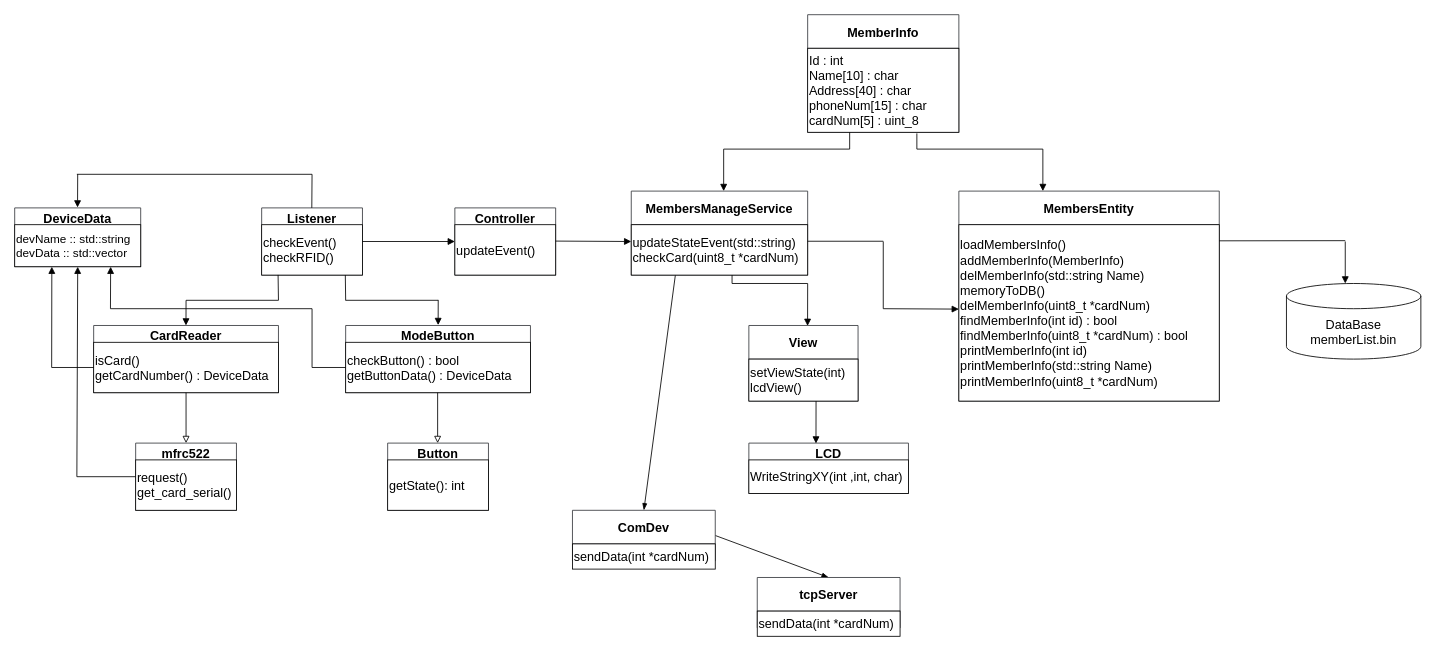
whoni159789/GolfMembersManager keeps this draw.io diagram as Diagram.drawio. Above is the earlier version. Source tidied: cells renumbered, new cells numbered last; positions are measured from the earlier drawing's top-left corner, leaving out a move shared by most shapes. Both pictures are drawn from the tidied source at 84%, with x=0, y=0 at pixel (14, 14).
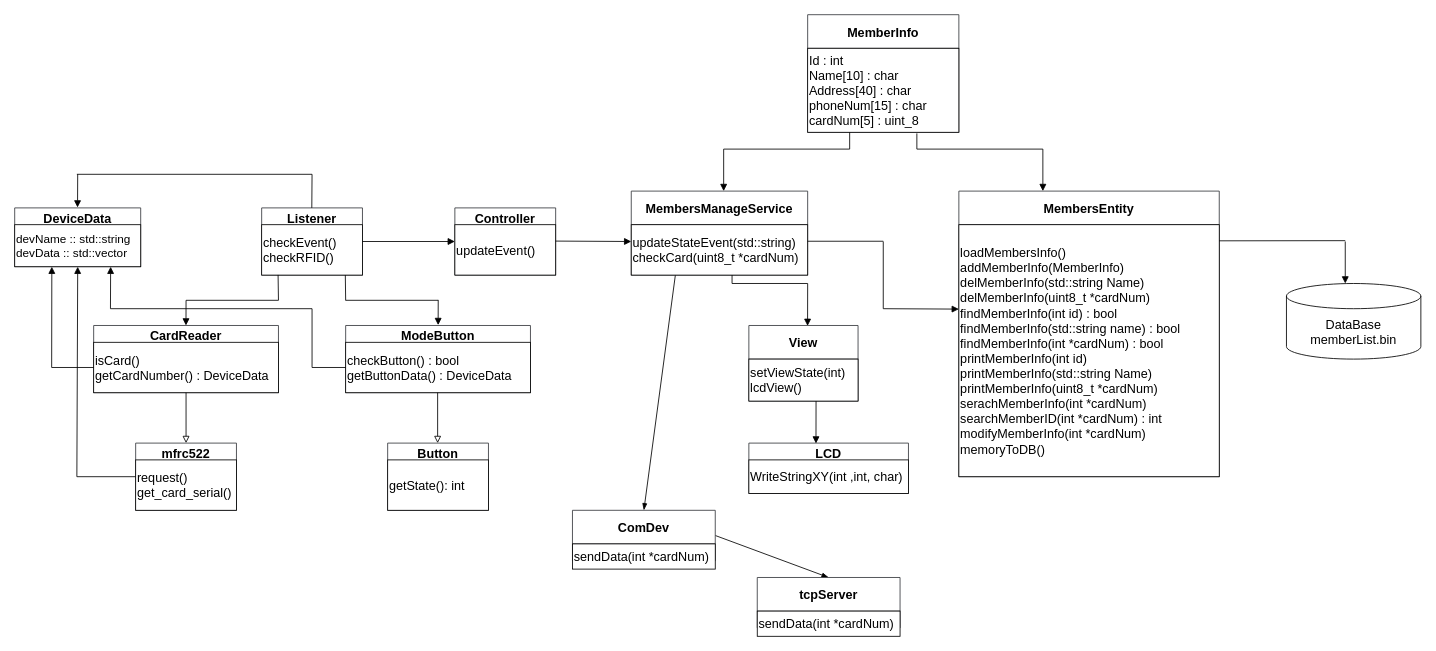
The same page after the edit.

Commit message:
MembersEntity UML Diagram Update

What changed in the source:
```diff
@@
     <mxCell id="42" value="MembersEntity" style="swimlane;fontSize=15;fillColor=#FFFFFF;strokeColor=#36393d;fontColor=#000000;startSize=40;" parent="1" vertex="1">
-      <mxGeometry x="1124" y="210" width="310" height="250" as="geometry" />
+      <mxGeometry x="1124" y="210" width="310" height="340" as="geometry" />
     </mxCell>
-    <mxCell id="43" value="&lt;p style=&quot;margin-top: 0pt ; margin-bottom: 0pt ; margin-left: 0in ; direction: ltr ; unicode-bidi: embed&quot;&gt;&lt;font style=&quot;font-size: 15px&quot;&gt;&lt;span style=&quot;font-family: &amp;#34;맑은 고딕&amp;#34;&quot;&gt;loadMembersInfo&lt;/span&gt;&lt;span style=&quot;font-family: &amp;#34;맑은 고딕&amp;#34;&quot;&gt;()&lt;/span&gt;&lt;/font&gt;&lt;/p&gt;&lt;p style=&quot;margin-top: 0pt ; margin-bottom: 0pt ; margin-left: 0in ; direction: ltr ; unicode-bidi: embed&quot;&gt;&lt;font style=&quot;font-size: 15px&quot;&gt;&lt;span style=&quot;font-family: &amp;#34;맑은 고딕&amp;#34;&quot;&gt;addMemberInfo&lt;/span&gt;&lt;span style=&quot;font-family: &amp;#34;맑은 고딕&amp;#34;&quot;&gt;(&lt;/span&gt;&lt;span style=&quot;font-family: &amp;#34;맑은 고딕&amp;#34;&quot;&gt;MemberInfo&lt;/span&gt;&lt;span style=&quot;font-family: &amp;#34;맑은 고딕&amp;#34;&quot;&gt;)&lt;/span&gt;&lt;/font&gt;&lt;/p&gt;&lt;p style=&quot;margin-top: 0pt ; margin-bottom: 0pt ; margin-left: 0in ; direction: ltr ; unicode-bidi: embed&quot;&gt;&lt;font style=&quot;font-size: 15px&quot;&gt;&lt;span style=&quot;font-family: &amp;#34;맑은 고딕&amp;#34;&quot;&gt;delMemberInfo&lt;/span&gt;&lt;span style=&quot;font-family: &amp;#34;맑은 고딕&amp;#34;&quot;&gt;(&lt;/span&gt;&lt;span style=&quot;font-family: &amp;#34;맑은 고딕&amp;#34;&quot;&gt;std&lt;/span&gt;&lt;span style=&quot;font-family: &amp;#34;맑은 고딕&amp;#34;&quot;&gt;::string Name)&lt;/span&gt;&lt;/font&gt;&lt;/p&gt;&lt;p style=&quot;margin-top: 0pt ; margin-bottom: 0pt ; margin-left: 0in ; direction: ltr ; unicode-bidi: embed&quot;&gt;&lt;font style=&quot;font-size: 15px&quot;&gt;&lt;span style=&quot;font-family: &amp;#34;맑은 고딕&amp;#34;&quot;&gt;memoryToDB&lt;/span&gt;&lt;span style=&quot;font-family: &amp;#34;맑은 고딕&amp;#34;&quot;&gt;()&lt;/span&gt;&lt;/font&gt;&lt;/p&gt;&lt;p style=&quot;margin-top: 0pt ; margin-bottom: 0pt ; margin-left: 0in ; direction: ltr ; unicode-bidi: embed&quot;&gt;&lt;font style=&quot;font-size: 15px&quot;&gt;&lt;span style=&quot;font-family: &amp;#34;맑은 고딕&amp;#34;&quot;&gt;delMemberInfo&lt;/span&gt;&lt;span style=&quot;font-family: &amp;#34;맑은 고딕&amp;#34;&quot;&gt;(uint8_t *&lt;/span&gt;&lt;span style=&quot;font-family: &amp;#34;맑은 고딕&amp;#34;&quot;&gt;cardNum&lt;/span&gt;&lt;span style=&quot;font-family: &amp;#34;맑은 고딕&amp;#34;&quot;&gt;)&lt;/span&gt;&lt;/font&gt;&lt;/p&gt;&lt;p style=&quot;margin-top: 0pt ; margin-bottom: 0pt ; margin-left: 0in ; direction: ltr ; unicode-bidi: embed&quot;&gt;&lt;font style=&quot;font-size: 15px&quot;&gt;&lt;span style=&quot;font-family: &amp;#34;맑은 고딕&amp;#34;&quot;&gt;findMemberInfo&lt;/span&gt;&lt;span style=&quot;font-family: &amp;#34;맑은 고딕&amp;#34;&quot;&gt;(&lt;/span&gt;&lt;span style=&quot;font-family: &amp;#34;맑은 고딕&amp;#34;&quot;&gt;int&lt;/span&gt;&lt;span style=&quot;font-family: &amp;#34;맑은 고딕&amp;#34;&quot;&gt; id) : bool&lt;/span&gt;&lt;/font&gt;&lt;/p&gt;&lt;p style=&quot;margin-top: 0pt ; margin-bottom: 0pt ; margin-left: 0in ; direction: ltr ; unicode-bidi: embed&quot;&gt;&lt;font style=&quot;font-size: 15px&quot;&gt;&lt;span style=&quot;font-family: &amp;#34;맑은 고딕&amp;#34;&quot;&gt;findMemberInfo&lt;/span&gt;&lt;span style=&quot;font-family: &amp;#34;맑은 고딕&amp;#34;&quot;&gt;(uint8_t *&lt;/span&gt;&lt;span style=&quot;font-family: &amp;#34;맑은 고딕&amp;#34;&quot;&gt;cardNum&lt;/span&gt;&lt;span style=&quot;font-family: &amp;#34;맑은 고딕&amp;#34;&quot;&gt;) : bool&lt;/span&gt;&lt;/font&gt;&lt;/p&gt;&lt;p style=&quot;margin-top: 0pt ; margin-bottom: 0pt ; margin-left: 0in ; direction: ltr ; unicode-bidi: embed&quot;&gt;&lt;font style=&quot;font-size: 15px&quot;&gt;&lt;span style=&quot;font-family: &amp;#34;맑은 고딕&amp;#34;&quot;&gt;printMemberInfo&lt;/span&gt;&lt;span style=&quot;font-family: &amp;#34;맑은 고딕&amp;#34;&quot;&gt;(&lt;/span&gt;&lt;span style=&quot;font-family: &amp;#34;맑은 고딕&amp;#34;&quot;&gt;int&lt;/span&gt;&lt;span style=&quot;font-family: &amp;#34;맑은 고딕&amp;#34;&quot;&gt; id)&lt;/span&gt;&lt;/font&gt;&lt;/p&gt;&lt;p style=&quot;margin-top: 0pt ; margin-bottom: 0pt ; margin-left: 0in ; direction: ltr ; unicode-bidi: embed&quot;&gt;&lt;font style=&quot;font-size: 15px&quot;&gt;&lt;span style=&quot;font-family: &amp;#34;맑은 고딕&amp;#34;&quot;&gt;printMemberInfo&lt;/span&gt;&lt;span style=&quot;font-family: &amp;#34;맑은 고딕&amp;#34;&quot;&gt;(&lt;/span&gt;&lt;span style=&quot;font-family: &amp;#34;맑은 고딕&amp;#34;&quot;&gt;std&lt;/span&gt;&lt;span style=&quot;font-family: &amp;#34;맑은 고딕&amp;#34;&quot;&gt;::string Name)&lt;/span&gt;&lt;/font&gt;&lt;/p&gt;&lt;p style=&quot;margin-top: 0pt ; margin-bottom: 0pt ; margin-left: 0in ; direction: ltr ; unicode-bidi: embed&quot;&gt;&lt;span style=&quot;font-family: &amp;#34;맑은 고딕&amp;#34;&quot;&gt;printMemberInfo&lt;/span&gt;&lt;span style=&quot;font-family: &amp;#34;맑은 고딕&amp;#34;&quot;&gt;(uint8_t&amp;nbsp;&lt;/span&gt;&lt;span style=&quot;font-family: &amp;#34;맑은 고딕&amp;#34;&quot;&gt;*&lt;/span&gt;&lt;span style=&quot;font-family: &amp;#34;맑은 고딕&amp;#34;&quot;&gt;cardNum&lt;/span&gt;&lt;span style=&quot;font-family: &amp;#34;맑은 고딕&amp;#34;&quot;&gt;)&lt;/span&gt;&lt;/p&gt;" style="whiteSpace=wrap;html=1;fontSize=15;fontColor=#000000;strokeColor=#000000;fillColor=#FFFFFF;align=left;" parent="1" vertex="1">
-      <mxGeometry x="1124" y="250" width="310" height="210" as="geometry" />
+    <mxCell id="43" value="&lt;p style=&quot;margin-top: 0pt ; margin-bottom: 0pt ; margin-left: 0in ; direction: ltr ; unicode-bidi: embed&quot;&gt;&lt;font style=&quot;font-size: 15px&quot;&gt;&lt;span style=&quot;font-family: &amp;#34;맑은 고딕&amp;#34;&quot;&gt;loadMembersInfo&lt;/span&gt;&lt;span style=&quot;font-family: &amp;#34;맑은 고딕&amp;#34;&quot;&gt;()&lt;/span&gt;&lt;/font&gt;&lt;/p&gt;&lt;p style=&quot;margin-top: 0pt ; margin-bottom: 0pt ; margin-left: 0in ; direction: ltr ; unicode-bidi: embed&quot;&gt;&lt;font style=&quot;font-size: 15px&quot;&gt;&lt;span style=&quot;font-family: &amp;#34;맑은 고딕&amp;#34;&quot;&gt;addMemberInfo&lt;/span&gt;&lt;span style=&quot;font-family: &amp;#34;맑은 고딕&amp;#34;&quot;&gt;(&lt;/span&gt;&lt;span style=&quot;font-family: &amp;#34;맑은 고딕&amp;#34;&quot;&gt;MemberInfo&lt;/span&gt;&lt;span style=&quot;font-family: &amp;#34;맑은 고딕&amp;#34;&quot;&gt;)&lt;/span&gt;&lt;/font&gt;&lt;/p&gt;&lt;p style=&quot;margin-top: 0pt ; margin-bottom: 0pt ; margin-left: 0in ; direction: ltr ; unicode-bidi: embed&quot;&gt;&lt;font style=&quot;font-size: 15px&quot;&gt;&lt;span style=&quot;font-family: &amp;#34;맑은 고딕&amp;#34;&quot;&gt;delMemberInfo&lt;/span&gt;&lt;span style=&quot;font-family: &amp;#34;맑은 고딕&amp;#34;&quot;&gt;(&lt;/span&gt;&lt;span style=&quot;font-family: &amp;#34;맑은 고딕&amp;#34;&quot;&gt;std&lt;/span&gt;&lt;span style=&quot;font-family: &amp;#34;맑은 고딕&amp;#34;&quot;&gt;::string Name)&lt;/span&gt;&lt;/font&gt;&lt;/p&gt;&lt;p style=&quot;margin-top: 0pt ; margin-bottom: 0pt ; margin-left: 0in ; direction: ltr ; unicode-bidi: embed&quot;&gt;&lt;span style=&quot;font-family: &amp;#34;맑은 고딕&amp;#34;&quot;&gt;delMemberInfo&lt;/span&gt;&lt;span style=&quot;font-family: &amp;#34;맑은 고딕&amp;#34;&quot;&gt;(uint8_t *&lt;/span&gt;&lt;span style=&quot;font-family: &amp;#34;맑은 고딕&amp;#34;&quot;&gt;cardNum&lt;/span&gt;&lt;span style=&quot;font-family: &amp;#34;맑은 고딕&amp;#34;&quot;&gt;)&lt;/span&gt;&lt;br&gt;&lt;/p&gt;&lt;p style=&quot;margin-top: 0pt ; margin-bottom: 0pt ; margin-left: 0in ; direction: ltr ; unicode-bidi: embed&quot;&gt;&lt;font style=&quot;font-size: 15px&quot;&gt;&lt;span style=&quot;font-family: &amp;#34;맑은 고딕&amp;#34;&quot;&gt;findMemberInfo&lt;/span&gt;&lt;span style=&quot;font-family: &amp;#34;맑은 고딕&amp;#34;&quot;&gt;(&lt;/span&gt;&lt;span style=&quot;font-family: &amp;#34;맑은 고딕&amp;#34;&quot;&gt;int&lt;/span&gt;&lt;span style=&quot;font-family: &amp;#34;맑은 고딕&amp;#34;&quot;&gt; id) : bool&lt;/span&gt;&lt;/font&gt;&lt;/p&gt;&lt;p style=&quot;margin-top: 0pt ; margin-bottom: 0pt ; margin-left: 0in ; direction: ltr ; unicode-bidi: embed&quot;&gt;&lt;font style=&quot;font-size: 15px&quot;&gt;&lt;span style=&quot;font-family: &amp;#34;맑은 고딕&amp;#34;&quot;&gt;findMemberInfo(std::string name) : bool&lt;/span&gt;&lt;/font&gt;&lt;/p&gt;&lt;p style=&quot;margin-top: 0pt ; margin-bottom: 0pt ; margin-left: 0in ; direction: ltr ; unicode-bidi: embed&quot;&gt;&lt;font style=&quot;font-size: 15px&quot;&gt;&lt;span style=&quot;font-family: &amp;#34;맑은 고딕&amp;#34;&quot;&gt;findMemberInfo&lt;/span&gt;&lt;span style=&quot;font-family: &amp;#34;맑은 고딕&amp;#34;&quot;&gt;(int *&lt;/span&gt;&lt;span style=&quot;font-family: &amp;#34;맑은 고딕&amp;#34;&quot;&gt;cardNum&lt;/span&gt;&lt;span style=&quot;font-family: &amp;#34;맑은 고딕&amp;#34;&quot;&gt;) : bool&lt;/span&gt;&lt;/font&gt;&lt;/p&gt;&lt;p style=&quot;margin-top: 0pt ; margin-bottom: 0pt ; margin-left: 0in ; direction: ltr ; unicode-bidi: embed&quot;&gt;&lt;font style=&quot;font-size: 15px&quot;&gt;&lt;span style=&quot;font-family: &amp;#34;맑은 고딕&amp;#34;&quot;&gt;printMemberInfo&lt;/span&gt;&lt;span style=&quot;font-family: &amp;#34;맑은 고딕&amp;#34;&quot;&gt;(&lt;/span&gt;&lt;span style=&quot;font-family: &amp;#34;맑은 고딕&amp;#34;&quot;&gt;int&lt;/span&gt;&lt;span style=&quot;font-family: &amp;#34;맑은 고딕&amp;#34;&quot;&gt; id)&lt;/span&gt;&lt;/font&gt;&lt;/p&gt;&lt;p style=&quot;margin-top: 0pt ; margin-bottom: 0pt ; margin-left: 0in ; direction: ltr ; unicode-bidi: embed&quot;&gt;&lt;font style=&quot;font-size: 15px&quot;&gt;&lt;span style=&quot;font-family: &amp;#34;맑은 고딕&amp;#34;&quot;&gt;printMemberInfo&lt;/span&gt;&lt;span style=&quot;font-family: &amp;#34;맑은 고딕&amp;#34;&quot;&gt;(&lt;/span&gt;&lt;span style=&quot;font-family: &amp;#34;맑은 고딕&amp;#34;&quot;&gt;std&lt;/span&gt;&lt;span style=&quot;font-family: &amp;#34;맑은 고딕&amp;#34;&quot;&gt;::string Name)&lt;/span&gt;&lt;/font&gt;&lt;/p&gt;&lt;p style=&quot;margin-top: 0pt ; margin-bottom: 0pt ; margin-left: 0in ; direction: ltr ; unicode-bidi: embed&quot;&gt;&lt;span style=&quot;font-family: &amp;#34;맑은 고딕&amp;#34;&quot;&gt;printMemberInfo&lt;/span&gt;&lt;span style=&quot;font-family: &amp;#34;맑은 고딕&amp;#34;&quot;&gt;(uint8_t&amp;nbsp;&lt;/span&gt;&lt;span style=&quot;font-family: &amp;#34;맑은 고딕&amp;#34;&quot;&gt;*&lt;/span&gt;&lt;span style=&quot;font-family: &amp;#34;맑은 고딕&amp;#34;&quot;&gt;cardNum&lt;/span&gt;&lt;span style=&quot;font-family: &amp;#34;맑은 고딕&amp;#34;&quot;&gt;)&lt;/span&gt;&lt;/p&gt;&lt;p style=&quot;margin-top: 0pt ; margin-bottom: 0pt ; margin-left: 0in ; direction: ltr ; unicode-bidi: embed&quot;&gt;&lt;span style=&quot;font-family: &amp;#34;맑은 고딕&amp;#34;&quot;&gt;serachMemberInfo(int *cardNum)&lt;/span&gt;&lt;/p&gt;&lt;p style=&quot;margin-top: 0pt ; margin-bottom: 0pt ; margin-left: 0in ; direction: ltr ; unicode-bidi: embed&quot;&gt;&lt;span style=&quot;font-family: &amp;#34;맑은 고딕&amp;#34;&quot;&gt;searchMemberID(int *cardNum) : int&lt;/span&gt;&lt;/p&gt;&lt;p style=&quot;margin-top: 0pt ; margin-bottom: 0pt ; margin-left: 0in ; direction: ltr ; unicode-bidi: embed&quot;&gt;&lt;font face=&quot;맑은 고딕&quot;&gt;modifyMemberInfo(int *cardNum)&lt;/font&gt;&lt;/p&gt;&lt;p style=&quot;margin-top: 0pt ; margin-bottom: 0pt ; margin-left: 0in ; direction: ltr ; unicode-bidi: embed&quot;&gt;&lt;span style=&quot;font-family: &amp;#34;맑은 고딕&amp;#34;&quot;&gt;memoryToDB&lt;/span&gt;&lt;span style=&quot;font-family: &amp;#34;맑은 고딕&amp;#34;&quot;&gt;()&lt;/span&gt;&lt;/p&gt;" style="whiteSpace=wrap;html=1;fontSize=15;fontColor=#000000;strokeColor=#000000;fillColor=#FFFFFF;align=left;" parent="1" vertex="1">
+      <mxGeometry x="1124" y="250" width="310" height="300" as="geometry" />
     </mxCell>
```
